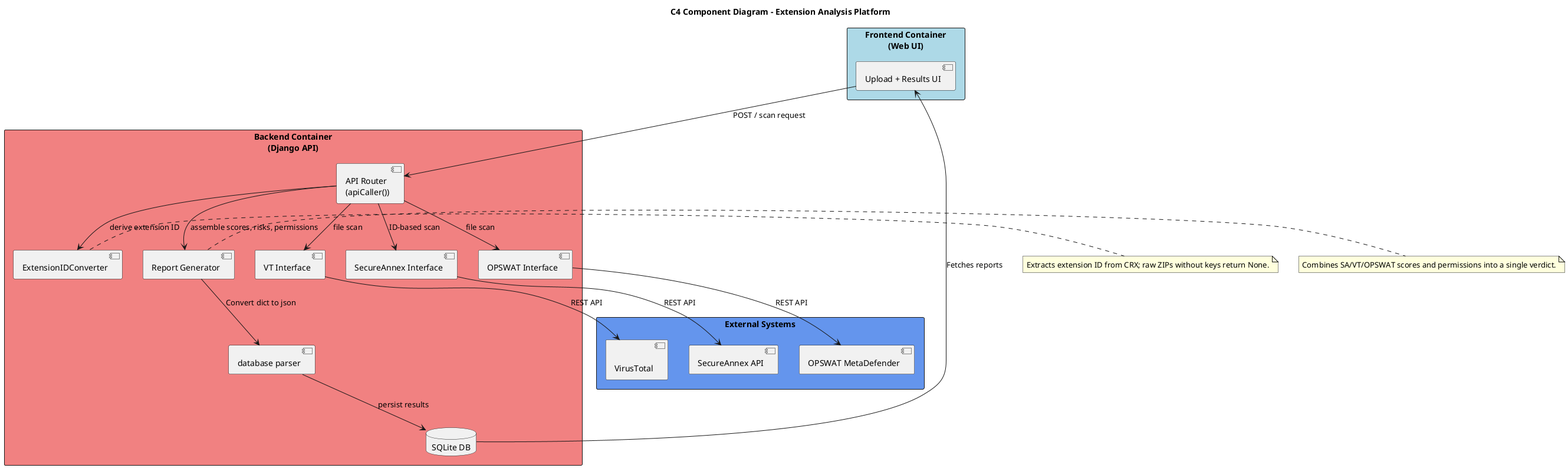
Above: docs/uml/architecture.png in kevanoovitch/DV1512-CETRA-Codebase (PlantUML), before the change. The source it was exported from:
```plantuml
@startuml
title C4 Component Diagram - Extension Analysis Platform

skinparam backgroundColor White
skinparam componentStyle uml2

rectangle "Frontend Container\n(Web UI)" as frontend #LightBlue {
  component "Upload + Results UI" as ui
}

rectangle "Backend Container\n(Django API)" as backend #LightCoral {
  component "API Router\n(apiCaller())" as api
  component "ExtensionIDConverter" as converter
  component "Report Generator" as report
  component "VT Interface" as vt
  component "SecureAnnex Interface" as sa
  component "OPSWAT Interface" as opswat
  component "database parser" as db_mod
  database "SQLite DB" as db
}

rectangle "External Systems" as externals #CornflowerBlue {
  component "\nVirusTotal" as vt_ext
  component "SecureAnnex API" as sa_ext
  component "OPSWAT MetaDefender" as ops_ext
}

ui --> api : POST / scan request

api --> converter : derive extension ID
api --> vt : file scan
api --> sa : ID-based scan
api --> opswat : file scan
api --> report : assemble scores, risks, permissions

vt --> vt_ext : REST API
sa --> sa_ext : REST API
opswat --> ops_ext : REST API

report --> db_mod : Convert dict to json
db_mod --> db : persist results

ui <-- db : Fetches reports


note right of converter
Extracts extension ID from CRX; raw ZIPs without keys return None.
end note

note right of report
Combines SA/VT/OPSWAT scores and permissions into a single verdict.
end note

@enduml
```
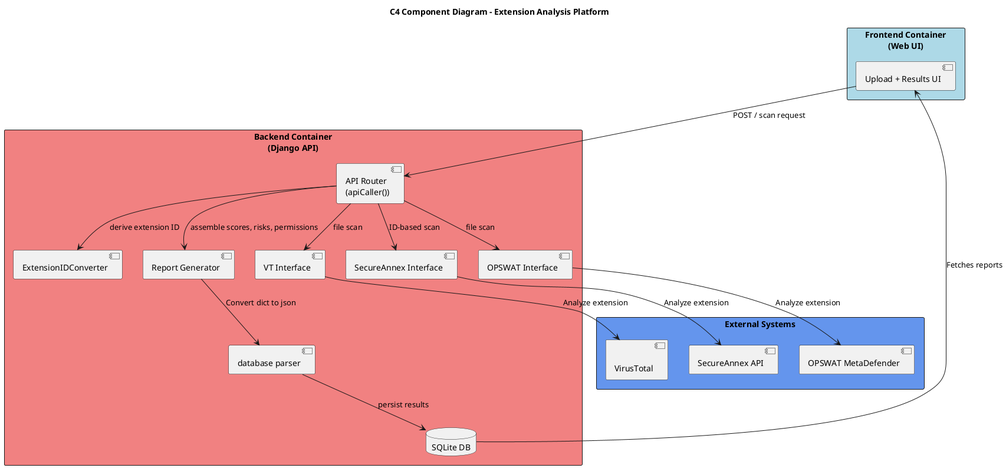
Later version of the same file.

Commit message:
added generated diagram

What changed in the source:
```diff
@@ -33,9 +33,9 @@
 api --> opswat : file scan
 api --> report : assemble scores, risks, permissions
 
-vt --> vt_ext : REST API
-sa --> sa_ext : REST API
-opswat --> ops_ext : REST API
+vt --> vt_ext : Analyze extension
+sa --> sa_ext : Analyze extension
+opswat --> ops_ext : Analyze extension
 
 report --> db_mod : Convert dict to json
 db_mod --> db : persist results
@@ -43,12 +43,4 @@
 ui <-- db : Fetches reports
 
 
-note right of converter
-Extracts extension ID from CRX; raw ZIPs without keys return None.
-end note
-
-note right of report
-Combines SA/VT/OPSWAT scores and permissions into a single verdict.
-end note
-
 @enduml
```
